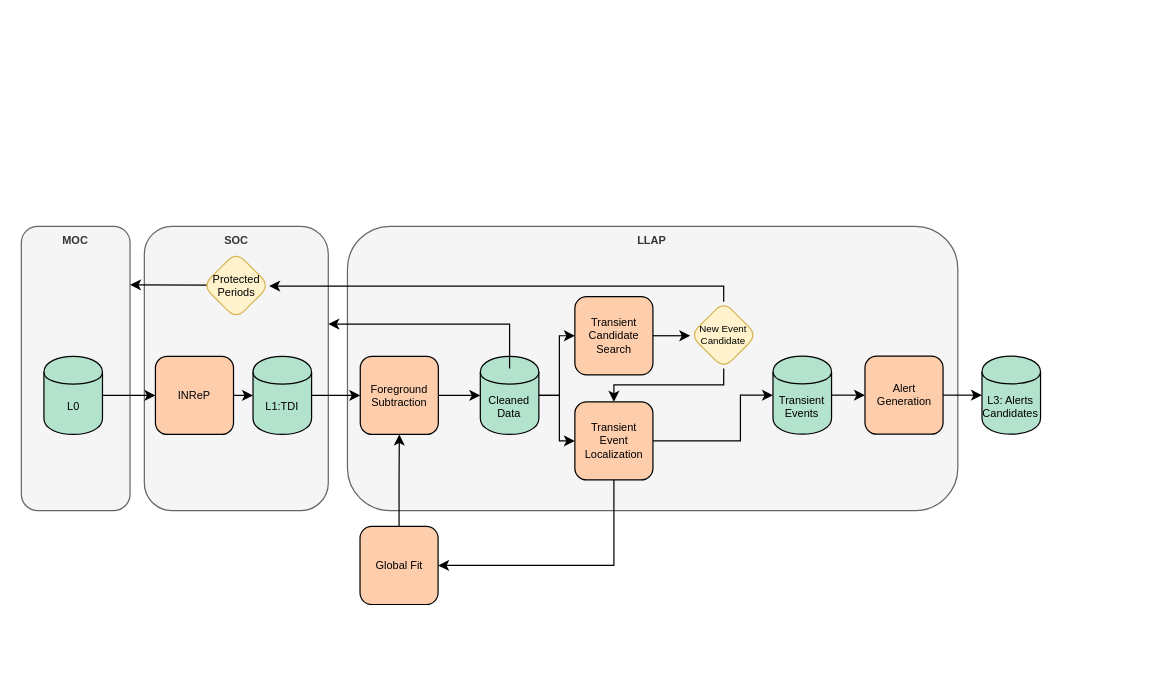
The draw.io diagram page "LLAP (simplified)" (5 of 5) of LISADataFlow.drawio in tlittenberg/ldasoft, before the edit. Source tidied: cells renumbered, new cells numbered last; positions are measured from the earlier drawing's top-left corner, leaving out a move shared by most shapes. Both pictures are drawn from the tidied source at 122%, with x=0, y=0 at pixel (21, 226).
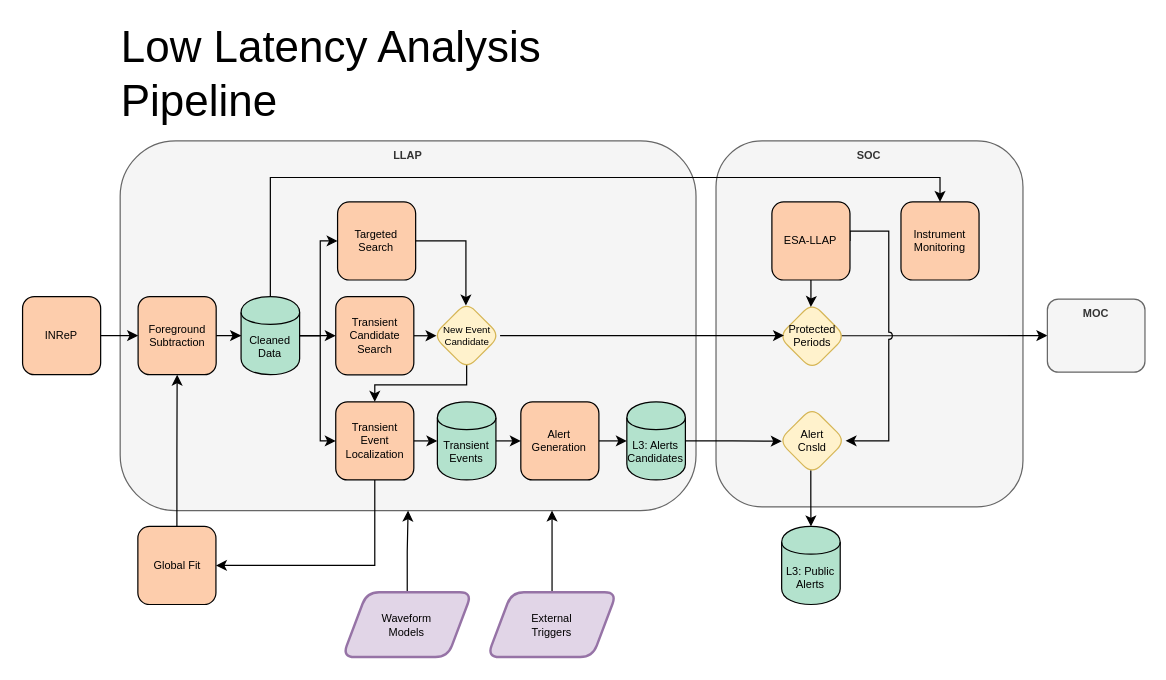
After the change.

Change to the diagram source:
```diff
@@
-    <mxCell id="2" style="group;fontSize=9;strokeWidth=1;" parent="1" vertex="1">
-      <mxGeometry width="835.4" height="310" as="geometry" />
-    </mxCell>
-    <mxCell id="3" value="MOC" style="rounded=1;whiteSpace=wrap;html=1;fillColor=#f5f5f5;strokeColor=#666666;fontColor=#333333;verticalAlign=top;fontSize=9;fontStyle=1;strokeWidth=1;" parent="2" vertex="1">
-      <mxGeometry width="89.1" height="233" as="geometry" />
-    </mxCell>
-    <mxCell id="4" value="LLAP" style="rounded=1;whiteSpace=wrap;html=1;fillColor=#f5f5f5;strokeColor=#666666;fontColor=#333333;verticalAlign=top;fontSize=9;fontStyle=1;strokeWidth=1;" parent="2" vertex="1">
-      <mxGeometry x="267.3" width="500.3" height="233" as="geometry" />
+    <mxCell id="4" value="LLAP" style="rounded=1;whiteSpace=wrap;html=1;fillColor=#f5f5f5;strokeColor=#666666;fontColor=#333333;verticalAlign=top;fontSize=9;fontStyle=1;strokeWidth=1;" parent="1" vertex="1">
+      <mxGeometry x="81" y="-70" width="472" height="303" as="geometry" />
     </mxCell>
-    <mxCell id="5" value="SOC" style="rounded=1;whiteSpace=wrap;html=1;fillColor=#f5f5f5;strokeColor=#666666;fontColor=#333333;verticalAlign=top;fontSize=9;fontStyle=1;strokeWidth=1;" parent="2" vertex="1">
-      <mxGeometry x="100.8" width="150.8" height="233" as="geometry" />
+    <mxCell id="5" value="SOC" style="rounded=1;whiteSpace=wrap;html=1;fillColor=#f5f5f5;strokeColor=#666666;fontColor=#333333;verticalAlign=top;fontSize=9;fontStyle=1;strokeWidth=1;" parent="1" vertex="1">
+      <mxGeometry x="569.4" y="-70" width="251.6" height="300" as="geometry" />
     </mxCell>
-    <mxCell id="6" value="INReP" style="whiteSpace=wrap;html=1;fillColor=#fdcdac;strokeWidth=1;rounded=1;fontSize=9;" parent="2" vertex="1">
-      <mxGeometry x="109.9" y="106.6" width="64" height="64" as="geometry" />
+    <mxCell id="6" value="INReP" style="whiteSpace=wrap;html=1;fillColor=#fdcdac;strokeWidth=1;rounded=1;fontSize=9;" parent="1" vertex="1">
+      <mxGeometry x="1" y="57.6" width="64" height="64" as="geometry" />
     </mxCell>
-    <mxCell id="7" value="Foreground Subtraction" style="whiteSpace=wrap;html=1;fillColor=#fdcdac;strokeWidth=1;rounded=1;fontSize=9;" parent="2" vertex="1">
-      <mxGeometry x="277.8" y="106.6" width="64" height="64" as="geometry" />
+    <mxCell id="7" value="Foreground Subtraction" style="whiteSpace=wrap;html=1;fillColor=#fdcdac;strokeWidth=1;rounded=1;fontSize=9;" parent="1" vertex="1">
+      <mxGeometry x="95.7" y="57.6" width="64" height="64" as="geometry" />
     </mxCell>
-    <mxCell id="8" value="Cleaned Data" style="shape=cylinder;whiteSpace=wrap;html=1;boundedLbl=1;backgroundOutline=1;fillColor=#b3e2cd;strokeWidth=1;fontSize=9;" parent="2" vertex="1">
-      <mxGeometry x="376.2" y="106.6" width="48" height="64" as="geometry" />
+    <mxCell id="8" value="Cleaned Data" style="shape=cylinder;whiteSpace=wrap;html=1;boundedLbl=1;backgroundOutline=1;fillColor=#b3e2cd;strokeWidth=1;fontSize=9;" parent="1" vertex="1">
+      <mxGeometry x="180.1" y="57.6" width="48" height="64" as="geometry" />
     </mxCell>
-    <mxCell id="9" style="edgeStyle=orthogonalEdgeStyle;rounded=0;jettySize=auto;html=1;entryX=0;entryY=0.5;entryDx=0;entryDy=0;strokeWidth=1;strokeColor=#000000;fontSize=9;" parent="2" edge="1" source="7" target="8">
-      <mxGeometry x="45.9" y="12.3" as="geometry" />
+    <mxCell id="9" style="edgeStyle=orthogonalEdgeStyle;rounded=0;jettySize=auto;html=1;entryX=0;entryY=0.5;entryDx=0;entryDy=0;strokeWidth=1;strokeColor=#000000;fontSize=9;" parent="1" edge="1" source="7" target="8">
+      <mxGeometry x="54.9" y="232.3" as="geometry" />
     </mxCell>
+    <mxCell id="34" style="edgeStyle=orthogonalEdgeStyle;rounded=0;jettySize=auto;html=1;exitX=1;exitY=0.5;exitDx=0;exitDy=0;entryX=0;entryY=0.5;entryDx=0;entryDy=0;" parent="1" edge="1" source="10" target="32">
+      <mxGeometry relative="1" as="geometry" />
+    </mxCell>
-    <mxCell id="10" value="Transient Event Localization" style="whiteSpace=wrap;html=1;fillColor=#fdcdac;strokeWidth=1;rounded=1;fontSize=9;" parent="2" vertex="1">
-      <mxGeometry x="453.7" y="143.9" width="64" height="64" as="geometry" />
+    <mxCell id="10" value="Transient Event Localization" style="whiteSpace=wrap;html=1;fillColor=#fdcdac;strokeWidth=1;rounded=1;fontSize=9;" parent="1" vertex="1">
+      <mxGeometry x="257.7" y="143.9" width="64" height="64" as="geometry" />
     </mxCell>
-    <mxCell id="11" style="edgeStyle=orthogonalEdgeStyle;rounded=0;jettySize=auto;html=1;entryX=0;entryY=0.5;entryDx=0;entryDy=0;strokeWidth=1;strokeColor=#000000;fontSize=9;" parent="2" edge="1" source="8" target="10">
-      <mxGeometry x="45.9" y="12.3" as="geometry">
+    <mxCell id="11" style="edgeStyle=orthogonalEdgeStyle;rounded=0;jettySize=auto;html=1;entryX=0;entryY=0.5;entryDx=0;entryDy=0;strokeWidth=1;strokeColor=#000000;fontSize=9;exitX=1;exitY=0.5;exitDx=0;exitDy=0;" parent="1" edge="1" source="8" target="10">
+      <mxGeometry x="54.9" y="232.3" as="geometry">
         <Array as="points">
-          <mxPoint x="441" y="139" />
-          <mxPoint x="441" y="176" />
+          <mxPoint x="245" y="90" />
+          <mxPoint x="245" y="176" />
         </Array>
       </mxGeometry>
     </mxCell>
-    <mxCell id="12" style="edgeStyle=orthogonalEdgeStyle;rounded=0;jumpStyle=arc;jettySize=auto;html=1;exitX=1;exitY=0.5;exitDx=0;exitDy=0;entryX=0;entryY=0.5;entryDx=0;entryDy=0;strokeWidth=1;strokeColor=#000000;fontSize=9;" parent="2" edge="1" source="13" target="7">
+    <mxCell id="12" style="edgeStyle=orthogonalEdgeStyle;rounded=0;jumpStyle=arc;jettySize=auto;html=1;exitX=1;exitY=0.5;exitDx=0;exitDy=0;entryX=0;entryY=0.5;entryDx=0;entryDy=0;strokeWidth=1;strokeColor=#000000;fontSize=9;" parent="1" edge="1" source="6" target="7">
       <mxGeometry relative="1" as="geometry" />
     </mxCell>
-    <mxCell id="13" value="L1:TDI" style="shape=cylinder;whiteSpace=wrap;html=1;boundedLbl=1;backgroundOutline=1;fillColor=#b3e2cd;strokeWidth=1;fontSize=9;" parent="2" vertex="1">
-      <mxGeometry x="189.9" y="106.6" width="48" height="64" as="geometry" />
-    </mxCell>
-    <mxCell id="14" style="edgeStyle=orthogonalEdgeStyle;rounded=0;jettySize=auto;html=1;exitX=1;exitY=0.5;exitDx=0;exitDy=0;entryX=0;entryY=0.5;entryDx=0;entryDy=0;strokeWidth=1;strokeColor=#000000;fontSize=9;" parent="2" edge="1" source="6" target="13">
-      <mxGeometry x="45.9" y="12.3" as="geometry" />
-    </mxCell>
-    <mxCell id="15" style="edgeStyle=orthogonalEdgeStyle;rounded=0;jettySize=auto;html=1;entryX=0;entryY=0.5;entryDx=0;entryDy=0;strokeWidth=1;strokeColor=#000000;fontSize=9;" parent="2" edge="1" source="16" target="6">
-      <mxGeometry x="45.9" y="12.3" as="geometry" />
-    </mxCell>
-    <mxCell id="16" value="L0" style="shape=cylinder;whiteSpace=wrap;html=1;boundedLbl=1;backgroundOutline=1;fillColor=#b3e2cd;strokeWidth=1;fontSize=9;" parent="2" vertex="1">
-      <mxGeometry x="18.5" y="106.6" width="48" height="64" as="geometry" />
-    </mxCell>
+    <mxCell id="35" style="edgeStyle=orthogonalEdgeStyle;rounded=0;jettySize=auto;html=1;exitX=1;exitY=0.5;exitDx=0;exitDy=0;entryX=0.046;entryY=0.507;entryDx=0;entryDy=0;entryPerimeter=0;" parent="1" edge="1" source="17" target="46">
+      <mxGeometry relative="1" as="geometry" />
+    </mxCell>
-    <mxCell id="17" value="L3: Alerts&lt;div&gt;Candidates&lt;/div&gt;" style="shape=cylinder;whiteSpace=wrap;html=1;boundedLbl=1;backgroundOutline=1;fillColor=#b3e2cd;strokeWidth=1;fontSize=9;" parent="2" vertex="1">
-      <mxGeometry x="787.4" y="106.4" width="48" height="64" as="geometry" />
+    <mxCell id="17" value="L3: Alerts&lt;div&gt;Candidates&lt;/div&gt;" style="shape=cylinder;whiteSpace=wrap;html=1;boundedLbl=1;backgroundOutline=1;fillColor=#b3e2cd;strokeWidth=1;fontSize=9;" parent="1" vertex="1">
+      <mxGeometry x="496.3" y="143.9" width="48" height="64" as="geometry" />
     </mxCell>
-    <mxCell id="18" style="edgeStyle=orthogonalEdgeStyle;rounded=0;jumpStyle=arc;jettySize=auto;html=1;exitX=0.067;exitY=0.494;exitDx=0;exitDy=0;strokeColor=#000000;fontSize=9;fontColor=#6600CC;strokeWidth=1;exitPerimeter=0;" parent="2" edge="1" source="19">
-      <mxGeometry relative="1" as="geometry">
-        <mxPoint x="89.1" y="48" as="targetPoint" />
-      </mxGeometry>
-    </mxCell>
+    <mxCell id="36" style="edgeStyle=orthogonalEdgeStyle;rounded=0;jettySize=auto;html=1;exitX=0.934;exitY=0.491;exitDx=0;exitDy=0;entryX=0;entryY=0.5;entryDx=0;entryDy=0;exitPerimeter=0;" parent="1" edge="1" source="19" target="3">
+      <mxGeometry relative="1" as="geometry" />
+    </mxCell>
-    <mxCell id="19" value="Protected Periods" style="rhombus;whiteSpace=wrap;html=1;rounded=1;fontSize=9;fillColor=#fff2cc;strokeColor=#d6b656;strokeWidth=1;" parent="2" vertex="1">
-      <mxGeometry x="148.7" y="21.2" width="54.8" height="54.8" as="geometry" />
+    <mxCell id="19" value="Protected Periods" style="rhombus;whiteSpace=wrap;html=1;rounded=1;fontSize=9;fillColor=#fff2cc;strokeColor=#d6b656;strokeWidth=1;" parent="1" vertex="1">
+      <mxGeometry x="620.8" y="62.8" width="54.8" height="54.8" as="geometry" />
     </mxCell>
+    <mxCell id="25" style="edgeStyle=orthogonalEdgeStyle;rounded=0;jettySize=auto;html=1;exitX=1;exitY=0.5;exitDx=0;exitDy=0;entryX=0.05;entryY=0.5;entryDx=0;entryDy=0;entryPerimeter=0;" parent="1" edge="1" source="20" target="24">
+      <mxGeometry relative="1" as="geometry" />
+    </mxCell>
-    <mxCell id="20" value="Transient Candidate Search" style="whiteSpace=wrap;html=1;fillColor=#fdcdac;strokeWidth=1;rounded=1;fontSize=9;" parent="2" vertex="1">
-      <mxGeometry x="453.7" y="57.7" width="64" height="64" as="geometry" />
+    <mxCell id="20" value="Transient Candidate Search" style="whiteSpace=wrap;html=1;fillColor=#fdcdac;strokeWidth=1;rounded=1;fontSize=9;" parent="1" vertex="1">
+      <mxGeometry x="257.7" y="57.7" width="64" height="64" as="geometry" />
     </mxCell>
-    <mxCell id="21" style="edgeStyle=orthogonalEdgeStyle;rounded=0;jettySize=auto;html=1;entryX=0;entryY=0.5;entryDx=0;entryDy=0;strokeWidth=1;strokeColor=#000000;exitX=1;exitY=0.5;exitDx=0;exitDy=0;fontSize=9;" parent="2" edge="1" source="8" target="20">
-      <mxGeometry x="52.8" y="19.1" as="geometry">
+    <mxCell id="21" style="edgeStyle=orthogonalEdgeStyle;rounded=0;jettySize=auto;html=1;entryX=0;entryY=0.5;entryDx=0;entryDy=0;strokeWidth=1;strokeColor=#000000;exitX=1;exitY=0.5;exitDx=0;exitDy=0;fontSize=9;" parent="1" edge="1" source="8" target="20">
+      <mxGeometry x="61.8" y="239.1" as="geometry">
         <Array as="points">
-          <mxPoint x="441" y="139" />
-          <mxPoint x="441" y="90" />
+          <mxPoint x="231" y="90" />
+          <mxPoint x="231" y="90" />
         </Array>
       </mxGeometry>
     </mxCell>
-    <mxCell id="22" style="edgeStyle=orthogonalEdgeStyle;rounded=0;jettySize=auto;html=1;exitX=0.5;exitY=1;exitDx=0;exitDy=0;entryX=0.5;entryY=0;entryDx=0;entryDy=0;strokeColor=#000000;strokeWidth=1;fontSize=9;" parent="2" edge="1" source="24" target="10">
+    <mxCell id="22" style="edgeStyle=orthogonalEdgeStyle;rounded=0;jettySize=auto;html=1;exitX=0.5;exitY=0.935;exitDx=0;exitDy=0;entryX=0.5;entryY=0;entryDx=0;entryDy=0;strokeColor=#000000;strokeWidth=1;fontSize=9;exitPerimeter=0;" parent="1" edge="1" source="24" target="10">
       <mxGeometry relative="1" as="geometry">
         <Array as="points">
-          <mxPoint x="576" y="130" />
-          <mxPoint x="486" y="130" />
+          <mxPoint x="365" y="130" />
+          <mxPoint x="290" y="130" />
         </Array>
       </mxGeometry>
     </mxCell>
-    <mxCell id="23" style="edgeStyle=orthogonalEdgeStyle;rounded=0;jettySize=auto;html=1;exitX=0.5;exitY=0;exitDx=0;exitDy=0;strokeColor=#000000;strokeWidth=1;fontSize=9;" parent="2" edge="1" source="24" target="19">
-      <mxGeometry relative="1" as="geometry">
-        <Array as="points">
-          <mxPoint x="576" y="49" />
-        </Array>
-      </mxGeometry>
+    <mxCell id="23" style="edgeStyle=orthogonalEdgeStyle;rounded=0;jettySize=auto;html=1;exitX=1;exitY=0.5;exitDx=0;exitDy=0;entryX=0.079;entryY=0.488;entryDx=0;entryDy=0;entryPerimeter=0;" parent="1" edge="1" source="24" target="19">
+      <mxGeometry relative="1" as="geometry" />
     </mxCell>
-    <mxCell id="24" value="New Event Candidate" style="rhombus;whiteSpace=wrap;html=1;rounded=1;fontSize=8;fillColor=#fff2cc;strokeColor=#d6b656;strokeWidth=1;" parent="2" vertex="1">
-      <mxGeometry x="548.3" y="61.8" width="54.8" height="54.8" as="geometry" />
+    <mxCell id="24" value="New Event Candidate" style="rhombus;whiteSpace=wrap;html=1;rounded=1;fontSize=8;fillColor=#fff2cc;strokeColor=#d6b656;strokeWidth=1;" parent="1" vertex="1">
+      <mxGeometry x="337.6" y="62.2" width="54.8" height="54.8" as="geometry" />
     </mxCell>
-    <mxCell id="25" style="edgeStyle=orthogonalEdgeStyle;rounded=0;jettySize=auto;html=1;exitX=1;exitY=0.5;exitDx=0;exitDy=0;entryX=0;entryY=0.5;entryDx=0;entryDy=0;strokeColor=#000000;strokeWidth=1;fontSize=9;" parent="2" edge="1" source="20" target="24">
-      <mxGeometry relative="1" as="geometry" />
-    </mxCell>
-    <mxCell id="26" style="edgeStyle=orthogonalEdgeStyle;rounded=0;jettySize=auto;html=1;exitX=1;exitY=0.5;exitDx=0;exitDy=0;entryX=0;entryY=0.5;entryDx=0;entryDy=0;strokeColor=#000000;strokeWidth=1;fontSize=9;" parent="2" edge="1" source="27" target="17">
+    <mxCell id="26" style="edgeStyle=orthogonalEdgeStyle;rounded=0;jettySize=auto;html=1;exitX=1;exitY=0.5;exitDx=0;exitDy=0;entryX=0;entryY=0.5;entryDx=0;entryDy=0;strokeColor=#000000;strokeWidth=1;fontSize=9;" parent="1" edge="1" source="27" target="17">
       <mxGeometry relative="1" as="geometry" />
     </mxCell>
-    <mxCell id="27" value="Alert Generation" style="whiteSpace=wrap;html=1;fillColor=#fdcdac;strokeWidth=1;rounded=1;fontSize=9;" parent="2" vertex="1">
-      <mxGeometry x="691.5" y="106.4" width="64" height="64" as="geometry" />
+    <mxCell id="27" value="Alert Generation" style="whiteSpace=wrap;html=1;fillColor=#fdcdac;strokeWidth=1;rounded=1;fontSize=9;" parent="1" vertex="1">
+      <mxGeometry x="409.4" y="143.9" width="64" height="64" as="geometry" />
     </mxCell>
-    <mxCell id="28" style="edgeStyle=orthogonalEdgeStyle;rounded=0;jettySize=auto;html=1;entryX=0.5;entryY=1;entryDx=0;entryDy=0;strokeColor=#000000;strokeWidth=1;fontSize=9;" parent="2" edge="1" source="29" target="7">
+    <mxCell id="28" style="edgeStyle=orthogonalEdgeStyle;rounded=0;jettySize=auto;html=1;entryX=0.5;entryY=1;entryDx=0;entryDy=0;strokeColor=#000000;strokeWidth=1;fontSize=9;" parent="1" edge="1" source="29" target="7">
       <mxGeometry relative="1" as="geometry" />
     </mxCell>
-    <mxCell id="29" value="Global Fit" style="whiteSpace=wrap;html=1;fillColor=#fdcdac;strokeWidth=1;rounded=1;fontSize=9;" parent="2" vertex="1">
-      <mxGeometry x="277.6" y="246" width="64" height="64" as="geometry" />
+    <mxCell id="29" value="Global Fit" style="whiteSpace=wrap;html=1;fillColor=#fdcdac;strokeWidth=1;rounded=1;fontSize=9;" parent="1" vertex="1">
+      <mxGeometry x="95.5" y="246" width="64" height="64" as="geometry" />
     </mxCell>
-    <mxCell id="30" style="edgeStyle=orthogonalEdgeStyle;rounded=0;jettySize=auto;html=1;entryX=1;entryY=0.344;entryDx=0;entryDy=0;strokeColor=#000000;strokeWidth=1;entryPerimeter=0;jumpStyle=arc;fontSize=9;" parent="2" edge="1" target="5">
-      <mxGeometry relative="1" as="geometry">
-        <mxPoint x="400.2" y="116.5" as="sourcePoint" />
-        <Array as="points">
-          <mxPoint x="400.2" y="80.2" />
-        </Array>
-      </mxGeometry>
-    </mxCell>
-    <mxCell id="31" style="edgeStyle=orthogonalEdgeStyle;rounded=0;jumpStyle=arc;jettySize=auto;html=1;exitX=1;exitY=0.5;exitDx=0;exitDy=0;entryX=0;entryY=0.5;entryDx=0;entryDy=0;strokeColor=#000000;strokeWidth=1;fontSize=9;" parent="2" edge="1" source="32" target="27">
+    <mxCell id="31" style="edgeStyle=orthogonalEdgeStyle;rounded=0;jumpStyle=arc;jettySize=auto;html=1;exitX=1;exitY=0.5;exitDx=0;exitDy=0;entryX=0;entryY=0.5;entryDx=0;entryDy=0;strokeColor=#000000;strokeWidth=1;fontSize=9;" parent="1" edge="1" source="32" target="27">
       <mxGeometry relative="1" as="geometry" />
     </mxCell>
-    <mxCell id="32" value="Transient Events" style="shape=cylinder;whiteSpace=wrap;html=1;boundedLbl=1;backgroundOutline=1;fillColor=#b3e2cd;strokeWidth=1;fontSize=9;" parent="2" vertex="1">
-      <mxGeometry x="616.1" y="106.4" width="48" height="64" as="geometry" />
+    <mxCell id="32" value="Transient Events" style="shape=cylinder;whiteSpace=wrap;html=1;boundedLbl=1;backgroundOutline=1;fillColor=#b3e2cd;strokeWidth=1;fontSize=9;" parent="1" vertex="1">
+      <mxGeometry x="341" y="143.9" width="48" height="64" as="geometry" />
     </mxCell>
-    <mxCell id="33" style="edgeStyle=orthogonalEdgeStyle;rounded=0;jettySize=auto;html=1;exitX=0.5;exitY=1;exitDx=0;exitDy=0;entryX=1;entryY=0.5;entryDx=0;entryDy=0;strokeColor=#000000;strokeWidth=1;fontSize=9;" parent="2" edge="1" source="10" target="29">
+    <mxCell id="33" style="edgeStyle=orthogonalEdgeStyle;rounded=0;jettySize=auto;html=1;exitX=0.5;exitY=1;exitDx=0;exitDy=0;entryX=1;entryY=0.5;entryDx=0;entryDy=0;strokeColor=#000000;strokeWidth=1;fontSize=9;" parent="1" edge="1" source="10" target="29">
       <mxGeometry relative="1" as="geometry" />
     </mxCell>
-    <mxCell id="34" style="edgeStyle=orthogonalEdgeStyle;rounded=0;jumpStyle=arc;jettySize=auto;html=1;exitX=1;exitY=0.5;exitDx=0;exitDy=0;entryX=0;entryY=0.5;entryDx=0;entryDy=0;strokeColor=#000000;strokeWidth=1;fontSize=9;" parent="2" edge="1" source="10" target="32">
-      <mxGeometry relative="1" as="geometry">
-        <Array as="points">
-          <mxPoint x="589.4" y="176.1" />
-          <mxPoint x="589.4" y="138.4" />
-        </Array>
-      </mxGeometry>
-    </mxCell>
+    <mxCell id="37" style="edgeStyle=orthogonalEdgeStyle;rounded=0;jettySize=auto;html=1;exitX=0.5;exitY=0;exitDx=0;exitDy=0;entryX=0.5;entryY=1;entryDx=0;entryDy=0;" parent="1" edge="1" source="38" target="4">
+      <mxGeometry relative="1" as="geometry" />
+    </mxCell>
+    <mxCell id="38" value="Waveform &lt;br style=&quot;font-size: 9px;&quot;&gt;Models" style="shape=parallelogram;perimeter=parallelogramPerimeter;whiteSpace=wrap;html=1;fixedSize=1;rounded=1;fillColor=#e1d5e7;strokeColor=#9673a6;strokeWidth=2;fontSize=9;" parent="1" vertex="1">
+      <mxGeometry x="263.2" y="300" width="106.2" height="53.1" as="geometry" />
+    </mxCell>
+    <mxCell id="39" style="edgeStyle=orthogonalEdgeStyle;rounded=0;jettySize=auto;html=1;entryX=0.75;entryY=1;entryDx=0;entryDy=0;" parent="1" edge="1" source="40" target="4">
+      <mxGeometry relative="1" as="geometry" />
+    </mxCell>
+    <mxCell id="40" value="External &lt;br style=&quot;font-size: 9px;&quot;&gt;Triggers" style="shape=parallelogram;perimeter=parallelogramPerimeter;whiteSpace=wrap;html=1;fixedSize=1;rounded=1;fillColor=#e1d5e7;strokeColor=#9673a6;strokeWidth=2;fontSize=9;" parent="1" vertex="1">
+      <mxGeometry x="381.9" y="300" width="106.2" height="53.1" as="geometry" />
+    </mxCell>
+    <mxCell id="41" value="Targeted Search" style="whiteSpace=wrap;html=1;fillColor=#fdcdac;strokeWidth=1;rounded=1;fontSize=9;" parent="1" vertex="1">
+      <mxGeometry x="259.2" y="-20" width="64" height="64" as="geometry" />
+    </mxCell>
+    <mxCell id="42" style="edgeStyle=orthogonalEdgeStyle;rounded=0;jettySize=auto;html=1;entryX=0;entryY=0.5;entryDx=0;entryDy=0;exitX=1;exitY=0.5;exitDx=0;exitDy=0;" parent="1" edge="1" source="8" target="41">
+      <mxGeometry relative="1" as="geometry">
+        <Array as="points">
+          <mxPoint x="245" y="90" />
+          <mxPoint x="245" y="12" />
+        </Array>
+      </mxGeometry>
+    </mxCell>
+    <mxCell id="43" style="edgeStyle=orthogonalEdgeStyle;rounded=0;jettySize=auto;html=1;exitX=1;exitY=0.5;exitDx=0;exitDy=0;entryX=0.489;entryY=0.049;entryDx=0;entryDy=0;entryPerimeter=0;" parent="1" edge="1" source="41" target="24">
+      <mxGeometry relative="1" as="geometry" />
+    </mxCell>
+    <mxCell id="44" value="Instrument Monitoring" style="whiteSpace=wrap;html=1;fillColor=#fdcdac;strokeWidth=1;rounded=1;fontSize=9;" parent="1" vertex="1">
+      <mxGeometry x="721" y="-20" width="64" height="64" as="geometry" />
+    </mxCell>
+    <mxCell id="45" style="edgeStyle=orthogonalEdgeStyle;rounded=0;jettySize=auto;html=1;entryX=0.5;entryY=0;entryDx=0;entryDy=0;exitX=0.48;exitY=0.939;exitDx=0;exitDy=0;exitPerimeter=0;" parent="1" edge="1" source="46" target="47">
+      <mxGeometry relative="1" as="geometry" />
+    </mxCell>
+    <mxCell id="46" value="Alert &lt;br&gt;Cnsld" style="rhombus;whiteSpace=wrap;html=1;rounded=1;fontSize=9;fillColor=#fff2cc;strokeColor=#d6b656;strokeWidth=1;" parent="1" vertex="1">
+      <mxGeometry x="620.8" y="148.4" width="54.8" height="54.8" as="geometry" />
+    </mxCell>
+    <mxCell id="3" value="MOC" style="rounded=1;whiteSpace=wrap;html=1;fillColor=#f5f5f5;strokeColor=#666666;fontColor=#333333;verticalAlign=top;fontSize=9;fontStyle=1;strokeWidth=1;" parent="1" vertex="1">
+      <mxGeometry x="841" y="59.6" width="80" height="60" as="geometry" />
+    </mxCell>
+    <mxCell id="47" value="L3: Public Alerts" style="shape=cylinder;whiteSpace=wrap;html=1;boundedLbl=1;backgroundOutline=1;fillColor=#b3e2cd;strokeWidth=1;fontSize=9;" parent="1" vertex="1">
+      <mxGeometry x="623.2" y="246" width="48" height="64" as="geometry" />
+    </mxCell>
+    <mxCell id="48" value="Low Latency Analysis Pipeline" style="text;html=1;align=left;verticalAlign=middle;whiteSpace=wrap;rounded=0;fontSize=36;" parent="1" vertex="1">
+      <mxGeometry x="80.3" y="-140" width="472" height="30" as="geometry" />
+    </mxCell>
+    <mxCell id="49" style="edgeStyle=orthogonalEdgeStyle;rounded=0;jettySize=auto;html=1;exitX=1;exitY=0.5;exitDx=0;exitDy=0;jumpStyle=arc;entryX=1;entryY=0.5;entryDx=0;entryDy=0;" parent="1" edge="1" source="51" target="46">
+      <mxGeometry relative="1" as="geometry">
+        <Array as="points">
+          <mxPoint x="711" y="4" />
+          <mxPoint x="711" y="176" />
+        </Array>
+      </mxGeometry>
+    </mxCell>
+    <mxCell id="50" style="edgeStyle=orthogonalEdgeStyle;rounded=0;jettySize=auto;html=1;exitX=0.5;exitY=0;exitDx=0;exitDy=0;entryX=0.5;entryY=0;entryDx=0;entryDy=0;" parent="1" edge="1" source="8" target="44">
+      <mxGeometry relative="1" as="geometry">
+        <Array as="points">
+          <mxPoint x="204" y="-40" />
+          <mxPoint x="753" y="-40" />
+        </Array>
+      </mxGeometry>
+    </mxCell>
+    <mxCell id="51" value="ESA-LLAP" style="whiteSpace=wrap;html=1;fillColor=#fdcdac;strokeWidth=1;rounded=1;fontSize=9;" parent="1" vertex="1">
+      <mxGeometry x="615.2" y="-20" width="64" height="64" as="geometry" />
+    </mxCell>
+    <mxCell id="52" style="edgeStyle=orthogonalEdgeStyle;rounded=0;jettySize=auto;html=1;entryX=0.48;entryY=0.06;entryDx=0;entryDy=0;entryPerimeter=0;" parent="1" edge="1" source="51" target="19">
+      <mxGeometry relative="1" as="geometry" />
+    </mxCell>
```
